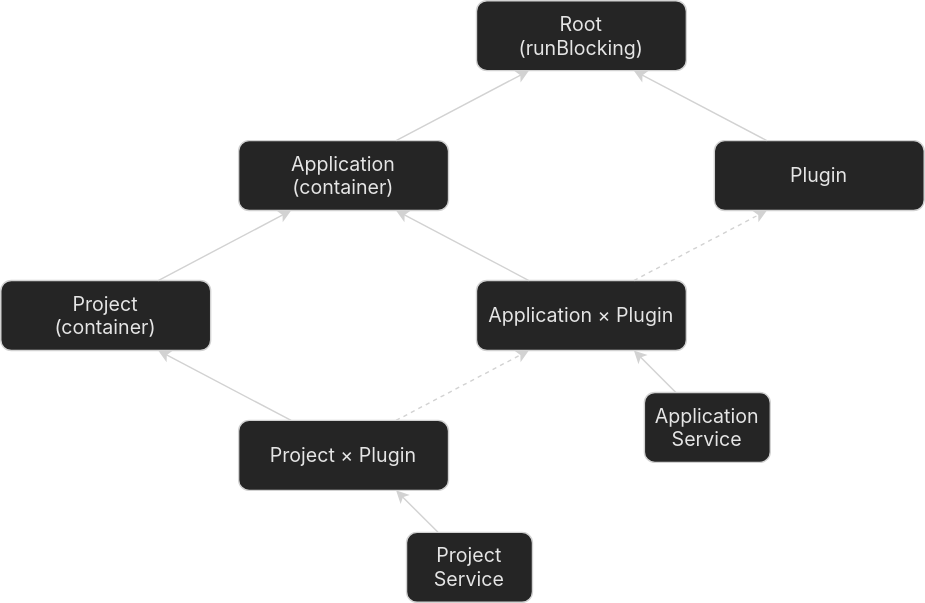
Above: images/basics/architectural_overview/coroutines/intellij_platform_coroutine_scopes_dark.svg in JetBrains/intellij-sdk-docs (draw.io), before the change. Source tidied: cells renumbered, new cells last; positions are measured from the earlier drawing's top-left corner, leaving out a move shared by most shapes. Its diagram source:
```xml
<mxGraphModel>
  <root>
    <mxCell id="0" />
    <mxCell id="1" parent="0" />
    <mxCell id="2" value="&lt;font style=&quot;font-size: 14px;&quot;&gt;Root&lt;br style=&quot;font-size: 14px;&quot;&gt;(runBlocking)&lt;/font&gt;" style="rounded=1;whiteSpace=wrap;html=1;fontSize=14;fillColor=#252525;fontFamily=Inter;fontSource=https%3A%2F%2Ffonts.googleapis.com%2Fcss%3Ffamily%3DInter;fontColor=#E5E5E5;strokeColor=#d2d2d2;" parent="1" vertex="1">
      <mxGeometry x="340" width="150" height="50" as="geometry" />
    </mxCell>
    <mxCell id="3" value="Application&lt;br style=&quot;font-size: 14px;&quot;&gt;(container)" style="rounded=1;whiteSpace=wrap;html=1;fontSize=14;fillColor=#252525;fontFamily=Inter;fontSource=https%3A%2F%2Ffonts.googleapis.com%2Fcss%3Ffamily%3DInter;fontColor=#E5E5E5;strokeColor=#d2d2d2;" parent="1" vertex="1">
      <mxGeometry x="170" y="100" width="150" height="50" as="geometry" />
    </mxCell>
    <mxCell id="4" value="Project&lt;br style=&quot;font-size: 14px;&quot;&gt;(container)" style="rounded=1;whiteSpace=wrap;html=1;fontSize=14;fillColor=#252525;fontFamily=Inter;fontSource=https%3A%2F%2Ffonts.googleapis.com%2Fcss%3Ffamily%3DInter;fontColor=#E5E5E5;strokeColor=#d2d2d2;" parent="1" vertex="1">
      <mxGeometry y="200" width="150" height="50" as="geometry" />
    </mxCell>
    <mxCell id="5" style="endArrow=classic;html=1;rounded=0;exitX=0.75;exitY=0;exitDx=0;exitDy=0;entryX=0.25;entryY=1;entryDx=0;entryDy=0;fontFamily=Inter;fontSource=https%3A%2F%2Ffonts.googleapis.com%2Fcss%3Ffamily%3DInter;fontColor=#19191c;strokeColor=#D2D2D2;" parent="1" edge="1" source="3" target="2">
      <mxGeometry relative="1" as="geometry" />
    </mxCell>
    <mxCell id="6" style="endArrow=classic;html=1;rounded=0;exitX=0.75;exitY=0;exitDx=0;exitDy=0;entryX=0.25;entryY=1;entryDx=0;entryDy=0;fontFamily=Inter;fontSource=https%3A%2F%2Ffonts.googleapis.com%2Fcss%3Ffamily%3DInter;fontColor=#19191c;strokeColor=#D2D2D2;" parent="1" edge="1" source="4" target="3">
      <mxGeometry relative="1" as="geometry" />
    </mxCell>
    <mxCell id="7" value="Plugin" style="rounded=1;whiteSpace=wrap;html=1;fontSize=14;fillColor=#252525;fontFamily=Inter;fontSource=https%3A%2F%2Ffonts.googleapis.com%2Fcss%3Ffamily%3DInter;fontColor=#E5E5E5;strokeColor=#d2d2d2;" parent="1" vertex="1">
      <mxGeometry x="510" y="100" width="150" height="50" as="geometry" />
    </mxCell>
    <mxCell id="8" style="endArrow=classic;html=1;rounded=0;exitX=0.25;exitY=0;exitDx=0;exitDy=0;entryX=0.75;entryY=1;entryDx=0;entryDy=0;fontFamily=Inter;fontSource=https%3A%2F%2Ffonts.googleapis.com%2Fcss%3Ffamily%3DInter;fontColor=#19191c;strokeColor=#D2D2D2;" parent="1" edge="1" source="7" target="2">
      <mxGeometry relative="1" as="geometry" />
    </mxCell>
    <mxCell id="9" value="&lt;font&gt;Application&amp;nbsp;&lt;/font&gt;×&lt;font&gt;&amp;nbsp;Plugin&lt;/font&gt;" style="rounded=1;whiteSpace=wrap;html=1;fontSize=14;fillColor=#252525;fontFamily=Inter;fontSource=https%3A%2F%2Ffonts.googleapis.com%2Fcss%3Ffamily%3DInter;fontColor=#E5E5E5;strokeColor=#d2d2d2;" parent="1" vertex="1">
      <mxGeometry x="340" y="200" width="150" height="50" as="geometry" />
    </mxCell>
    <mxCell id="10" value="&lt;font&gt;Project&amp;nbsp;&lt;/font&gt;×&lt;font&gt;&amp;nbsp;Plugin&lt;/font&gt;" style="rounded=1;whiteSpace=wrap;html=1;fontSize=14;fillColor=#252525;fontFamily=Inter;fontSource=https%3A%2F%2Ffonts.googleapis.com%2Fcss%3Ffamily%3DInter;fontColor=#E5E5E5;strokeColor=#d2d2d2;" parent="1" vertex="1">
      <mxGeometry x="170" y="300" width="150" height="50" as="geometry" />
    </mxCell>
    <mxCell id="11" style="endArrow=classic;html=1;rounded=0;exitX=0.75;exitY=0;exitDx=0;exitDy=0;entryX=0.25;entryY=1;entryDx=0;entryDy=0;dashed=1;fontFamily=Inter;fontSource=https%3A%2F%2Ffonts.googleapis.com%2Fcss%3Ffamily%3DInter;fontColor=#19191c;strokeColor=#D2D2D2;" parent="1" edge="1" source="10" target="9">
      <mxGeometry relative="1" as="geometry" />
    </mxCell>
    <mxCell id="12" style="endArrow=classic;html=1;rounded=0;exitX=0.25;exitY=0;exitDx=0;exitDy=0;entryX=0.75;entryY=1;entryDx=0;entryDy=0;fontFamily=Inter;fontSource=https%3A%2F%2Ffonts.googleapis.com%2Fcss%3Ffamily%3DInter;fontColor=#19191c;strokeColor=#D2D2D2;" parent="1" edge="1" source="10" target="4">
      <mxGeometry relative="1" as="geometry" />
    </mxCell>
    <mxCell id="13" style="endArrow=classic;html=1;rounded=0;exitX=0.75;exitY=0;exitDx=0;exitDy=0;entryX=0.25;entryY=1;entryDx=0;entryDy=0;dashed=1;fontFamily=Inter;fontSource=https%3A%2F%2Ffonts.googleapis.com%2Fcss%3Ffamily%3DInter;fontColor=#19191c;strokeColor=#D2D2D2;" parent="1" edge="1" source="9" target="7">
      <mxGeometry relative="1" as="geometry" />
    </mxCell>
    <mxCell id="14" style="endArrow=classic;html=1;rounded=0;exitX=0.25;exitY=0;exitDx=0;exitDy=0;entryX=0.75;entryY=1;entryDx=0;entryDy=0;fontFamily=Inter;fontSource=https%3A%2F%2Ffonts.googleapis.com%2Fcss%3Ffamily%3DInter;fontColor=#19191c;strokeColor=#D2D2D2;" parent="1" edge="1" source="9" target="3">
      <mxGeometry relative="1" as="geometry" />
    </mxCell>
    <mxCell id="15" value="Project&lt;br&gt;Service" style="rounded=1;whiteSpace=wrap;html=1;fontSize=14;fillColor=#252525;fontFamily=Inter;fontSource=https%3A%2F%2Ffonts.googleapis.com%2Fcss%3Ffamily%3DInter;fontColor=#E5E5E5;strokeColor=#d2d2d2;" parent="1" vertex="1">
      <mxGeometry x="290" y="380" width="90" height="50" as="geometry" />
    </mxCell>
    <mxCell id="16" value="Application&lt;br&gt;Service" style="rounded=1;whiteSpace=wrap;html=1;fontSize=14;fillColor=#252525;fontFamily=Inter;fontSource=https%3A%2F%2Ffonts.googleapis.com%2Fcss%3Ffamily%3DInter;fontColor=#E5E5E5;strokeColor=#d2d2d2;" parent="1" vertex="1">
      <mxGeometry x="460" y="280" width="90" height="50" as="geometry" />
    </mxCell>
    <mxCell id="17" style="endArrow=classic;html=1;rounded=0;exitX=0.25;exitY=0;exitDx=0;exitDy=0;entryX=0.75;entryY=1;entryDx=0;entryDy=0;strokeColor=#D2D2D2;" parent="1" edge="1" source="15" target="10">
      <mxGeometry relative="1" as="geometry" />
    </mxCell>
    <mxCell id="18" style="endArrow=classic;html=1;rounded=0;exitX=0.25;exitY=0;exitDx=0;exitDy=0;entryX=0.75;entryY=1;entryDx=0;entryDy=0;strokeColor=#D2D2D2;" parent="1" edge="1" source="16" target="9">
      <mxGeometry relative="1" as="geometry" />
    </mxCell>
  </root>
</mxGraphModel>
```
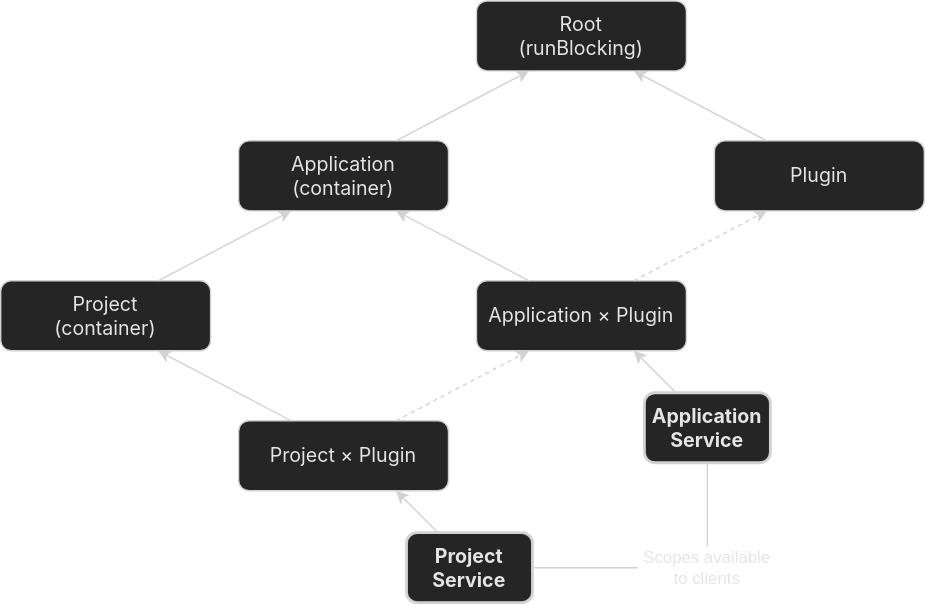
Later version of the same file.

Commit message:
coroutine_scopes.md: Clarify scopes on the diagram

What changed in the source:
```diff
@@ -41,10 +41,10 @@
     <mxCell id="14" style="endArrow=classic;html=1;rounded=0;exitX=0.25;exitY=0;exitDx=0;exitDy=0;entryX=0.75;entryY=1;entryDx=0;entryDy=0;fontFamily=Inter;fontSource=https%3A%2F%2Ffonts.googleapis.com%2Fcss%3Ffamily%3DInter;fontColor=#19191c;strokeColor=#D2D2D2;" parent="1" edge="1" source="9" target="3">
       <mxGeometry relative="1" as="geometry" />
     </mxCell>
-    <mxCell id="15" value="Project&lt;br&gt;Service" style="rounded=1;whiteSpace=wrap;html=1;fontSize=14;fillColor=#252525;fontFamily=Inter;fontSource=https%3A%2F%2Ffonts.googleapis.com%2Fcss%3Ffamily%3DInter;fontColor=#E5E5E5;strokeColor=#d2d2d2;" parent="1" vertex="1">
+    <mxCell id="15" value="Project&lt;br&gt;Service" style="rounded=1;whiteSpace=wrap;html=1;fontSize=14;fillColor=#252525;fontFamily=Inter;fontSource=https%3A%2F%2Ffonts.googleapis.com%2Fcss%3Ffamily%3DInter;fontColor=#E5E5E5;strokeColor=#d2d2d2;strokeWidth=2;fontStyle=1;" parent="1" vertex="1">
       <mxGeometry x="290" y="380" width="90" height="50" as="geometry" />
     </mxCell>
-    <mxCell id="16" value="Application&lt;br&gt;Service" style="rounded=1;whiteSpace=wrap;html=1;fontSize=14;fillColor=#252525;fontFamily=Inter;fontSource=https%3A%2F%2Ffonts.googleapis.com%2Fcss%3Ffamily%3DInter;fontColor=#E5E5E5;strokeColor=#d2d2d2;" parent="1" vertex="1">
+    <mxCell id="16" value="Application&lt;br&gt;Service" style="rounded=1;whiteSpace=wrap;html=1;fontSize=14;fillColor=#252525;fontFamily=Inter;fontSource=https%3A%2F%2Ffonts.googleapis.com%2Fcss%3Ffamily%3DInter;fontColor=#E5E5E5;strokeColor=#d2d2d2;strokeWidth=2;fontStyle=1;" parent="1" vertex="1">
       <mxGeometry x="460" y="280" width="90" height="50" as="geometry" />
     </mxCell>
     <mxCell id="17" style="endArrow=classic;html=1;rounded=0;exitX=0.25;exitY=0;exitDx=0;exitDy=0;entryX=0.75;entryY=1;entryDx=0;entryDy=0;strokeColor=#D2D2D2;" parent="1" edge="1" source="15" target="10">
@@ -53,5 +53,18 @@
     <mxCell id="18" style="endArrow=classic;html=1;rounded=0;exitX=0.25;exitY=0;exitDx=0;exitDy=0;entryX=0.75;entryY=1;entryDx=0;entryDy=0;strokeColor=#D2D2D2;" parent="1" edge="1" source="16" target="9">
       <mxGeometry relative="1" as="geometry" />
     </mxCell>
+    <mxCell id="19" value="Scopes available to clients" style="text;html=1;align=center;verticalAlign=middle;whiteSpace=wrap;rounded=0;fontColor=#e5e5e5;" parent="1" vertex="1">
+      <mxGeometry x="455" y="390" width="100" height="30" as="geometry" />
+    </mxCell>
+    <mxCell id="20" style="endArrow=none;html=1;rounded=0;exitX=1;exitY=0.5;exitDx=0;exitDy=0;entryX=0;entryY=0.5;entryDx=0;entryDy=0;strokeColor=#d2d2d2;" parent="1" edge="1" target="19">
+      <mxGeometry relative="1" as="geometry">
+        <mxPoint x="380" y="405" as="sourcePoint" />
+      </mxGeometry>
+    </mxCell>
+    <mxCell id="21" style="endArrow=none;html=1;rounded=0;exitX=0.5;exitY=1;exitDx=0;exitDy=0;entryX=0.5;entryY=0;entryDx=0;entryDy=0;strokeColor=#d2d2d2;" parent="1" edge="1" target="19">
+      <mxGeometry relative="1" as="geometry">
+        <mxPoint x="505" y="330" as="sourcePoint" />
+      </mxGeometry>
+    </mxCell>
   </root>
 </mxGraphModel>
```
